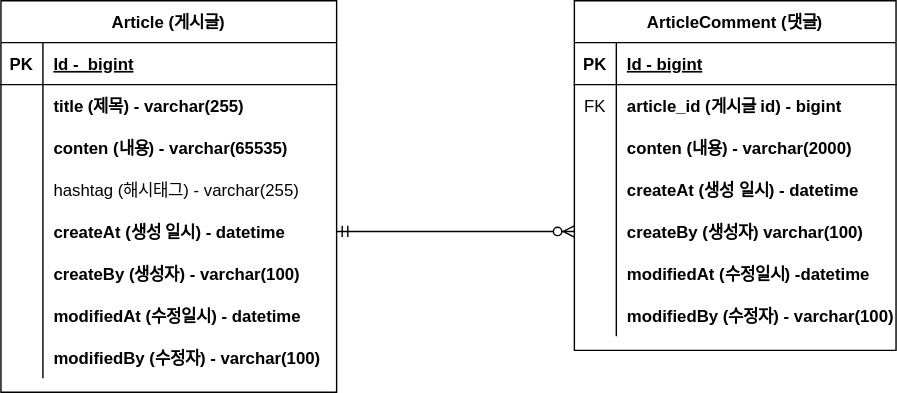
Earlier version of the draw.io export document/project-board-erd.svg (miewone/fastcampus-project-board). Source tidied: cells renumbered, new cells last; positions are measured from the earlier drawing's top-left corner, leaving out a move shared by most shapes.
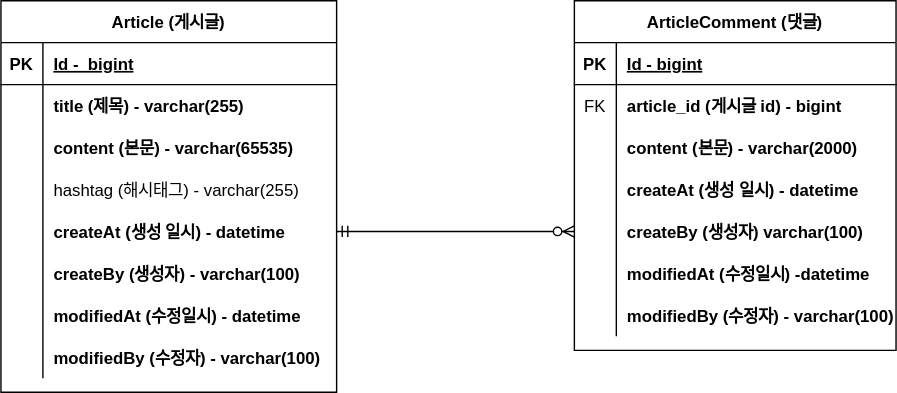
Above is the later version.

Commit message:
#10 - ERD 설명 업데이트 :Update project-board-erd.svg

Change to the diagram source:
```diff
@@ -29,7 +29,7 @@
     <mxCell id="10" style="shape=partialRectangle;fillColor=none;top=0;left=0;bottom=0;right=0;overflow=hidden;" parent="9" vertex="1">
       <mxGeometry width="30" height="30" as="geometry" />
     </mxCell>
-    <mxCell id="11" value="conten (내용) - varchar(65535)" style="shape=partialRectangle;fillColor=none;top=0;left=0;bottom=0;right=0;align=left;spacingLeft=6;overflow=hidden;fontStyle=1;" parent="9" vertex="1">
+    <mxCell id="11" value="content (본문) - varchar(65535)" style="shape=partialRectangle;fillColor=none;top=0;left=0;bottom=0;right=0;align=left;spacingLeft=6;overflow=hidden;fontStyle=1;" parent="9" vertex="1">
       <mxGeometry x="30" width="210" height="30" as="geometry" />
     </mxCell>
     <mxCell id="12" style="shape=tableRow;horizontal=0;startSize=0;swimlaneHead=0;swimlaneBody=0;fillColor=none;top=0;left=0;right=0;bottom=0;" parent="2" vertex="1">
@@ -104,7 +104,7 @@
     <mxCell id="35" style="shape=partialRectangle;fillColor=none;top=0;left=0;bottom=0;right=0;overflow=hidden;" parent="34" vertex="1">
       <mxGeometry width="30" height="30" as="geometry" />
     </mxCell>
-    <mxCell id="36" value="conten (내용) - varchar(2000)" style="shape=partialRectangle;fillColor=none;top=0;left=0;bottom=0;right=0;align=left;spacingLeft=6;overflow=hidden;fontStyle=1;" parent="34" vertex="1">
+    <mxCell id="36" value="content (본문) - varchar(2000)" style="shape=partialRectangle;fillColor=none;top=0;left=0;bottom=0;right=0;align=left;spacingLeft=6;overflow=hidden;fontStyle=1;" parent="34" vertex="1">
       <mxGeometry x="30" width="200" height="30" as="geometry" />
     </mxCell>
     <mxCell id="37" style="shape=tableRow;horizontal=0;startSize=0;swimlaneHead=0;swimlaneBody=0;fillColor=none;top=0;left=0;right=0;bottom=0;" parent="27" vertex="1">
```
